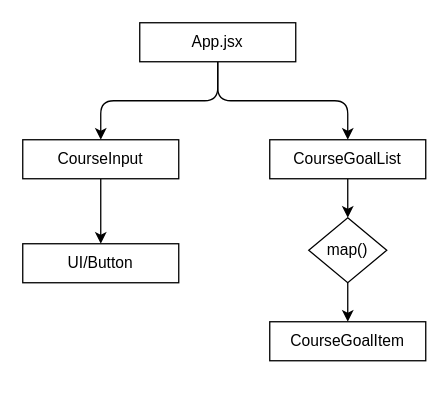
This is flowchart.drawio from Mi-Ski/react-js-course, a draw.io file, before an edit. Source tidied: cells renumbered, new cells numbered last; positions are measured from the earlier drawing's top-left corner, leaving out a move shared by most shapes. Both pictures are drawn from the tidied source at 130%, with x=0, y=0 at pixel (22, 22).
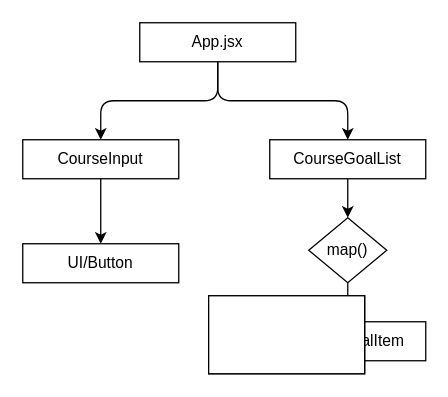
The same diagram, later.

The edit, as a diff of the source:
```diff
@@
 <mxGraphModel>
   <root>
     <mxCell id="0" />
     <mxCell id="1" parent="0" />
     <mxCell id="2" style="edgeStyle=orthogonalEdgeStyle;jettySize=auto;html=1;" parent="1" edge="1" source="4" target="6">
       <mxGeometry relative="1" as="geometry" />
     </mxCell>
     <mxCell id="3" style="edgeStyle=orthogonalEdgeStyle;jettySize=auto;html=1;" parent="1" edge="1" source="4" target="8">
       <mxGeometry relative="1" as="geometry" />
     </mxCell>
     <mxCell id="4" value="App.jsx" style="whiteSpace=wrap;html=1;" parent="1" vertex="1">
       <mxGeometry x="90" width="120" height="30" as="geometry" />
     </mxCell>
     <mxCell id="5" style="edgeStyle=none;html=1;" parent="1" edge="1" source="6" target="9">
       <mxGeometry relative="1" as="geometry" />
     </mxCell>
     <mxCell id="6" value="CourseInput" style="whiteSpace=wrap;html=1;" parent="1" vertex="1">
       <mxGeometry y="90" width="120" height="30" as="geometry" />
     </mxCell>
     <mxCell id="7" style="edgeStyle=none;html=1;entryX=0.5;entryY=0;entryDx=0;entryDy=0;" parent="1" edge="1" source="8" target="12">
       <mxGeometry relative="1" as="geometry" />
     </mxCell>
     <mxCell id="8" value="CourseGoalList" style="whiteSpace=wrap;html=1;" parent="1" vertex="1">
       <mxGeometry x="190" y="90" width="120" height="30" as="geometry" />
     </mxCell>
     <mxCell id="9" value="UI/Button" style="whiteSpace=wrap;html=1;" parent="1" vertex="1">
       <mxGeometry y="170" width="120" height="30" as="geometry" />
     </mxCell>
     <mxCell id="10" value="CourseGoalItem" style="whiteSpace=wrap;html=1;" parent="1" vertex="1">
       <mxGeometry x="190" y="230" width="120" height="30" as="geometry" />
     </mxCell>
     <mxCell id="11" style="edgeStyle=none;html=1;exitX=0.5;exitY=1;exitDx=0;exitDy=0;entryX=0.5;entryY=0;entryDx=0;entryDy=0;" parent="1" edge="1" source="12" target="10">
       <mxGeometry relative="1" as="geometry" />
     </mxCell>
     <mxCell id="12" value="map()" style="rhombus;whiteSpace=wrap;html=1;" parent="1" vertex="1">
       <mxGeometry x="220" y="150" width="60" height="50" as="geometry" />
     </mxCell>
+    <mxCell id="13" style="whiteSpace=wrap;html=1;" parent="1" vertex="1">
+      <mxGeometry x="143" y="210" width="120" height="60" as="geometry" />
+    </mxCell>
+    <mxCell id="14" style="whiteSpace=wrap;html=1;" parent="1" vertex="1">
+      <mxGeometry x="143" y="210" width="120" height="60" as="geometry" />
+    </mxCell>
   </root>
 </mxGraphModel>
```
